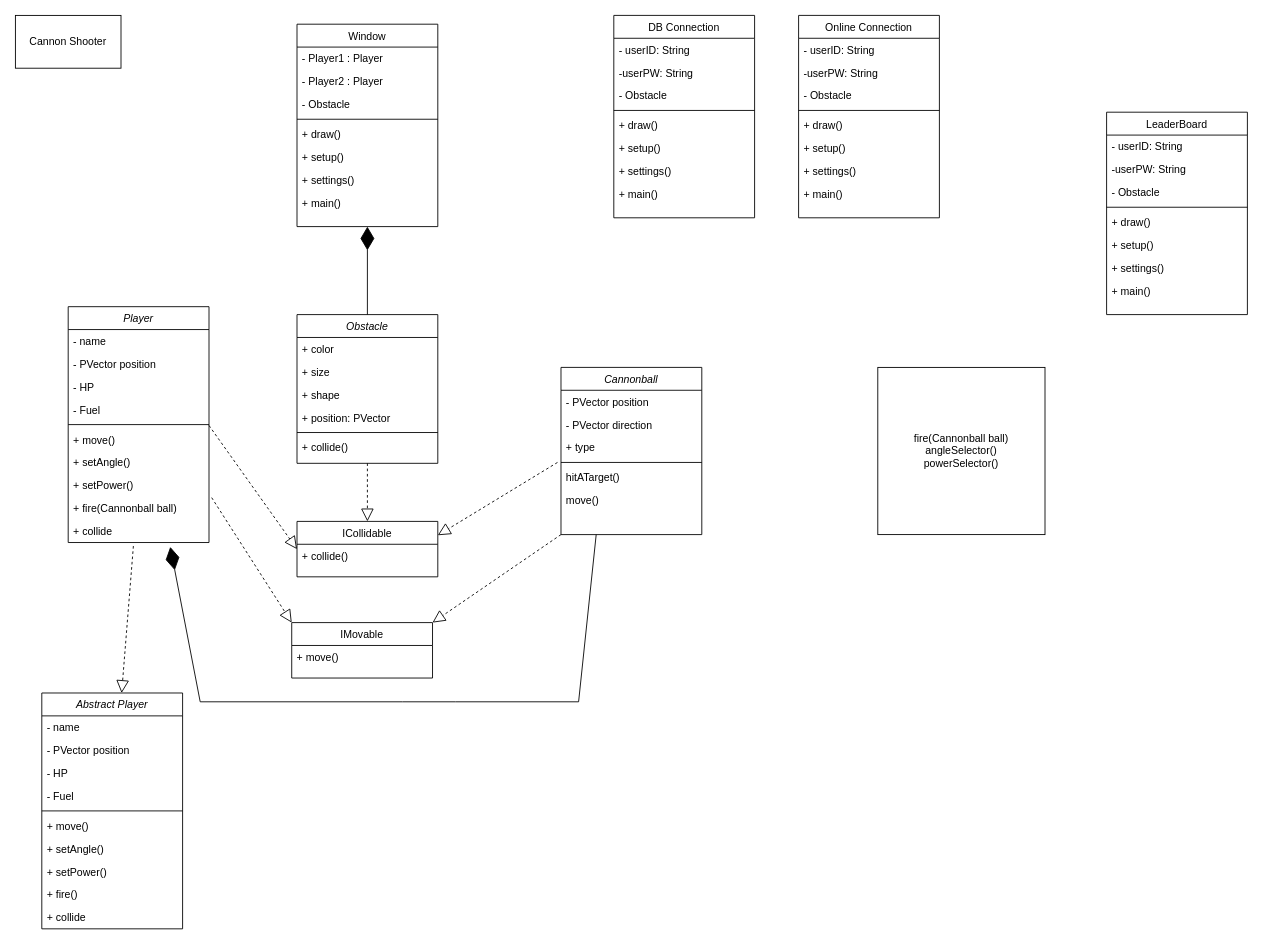
Above: Concept/UML.drawio in TaylorJi/tay_nash_gunbound2 (draw.io), before the change. Source tidied: cells renumbered, new cells numbered last; positions are measured from the earlier drawing's top-left corner, leaving out a move shared by most shapes. Both pictures are drawn from the tidied source at 88%, with x=0, y=0 at pixel (15, 15).
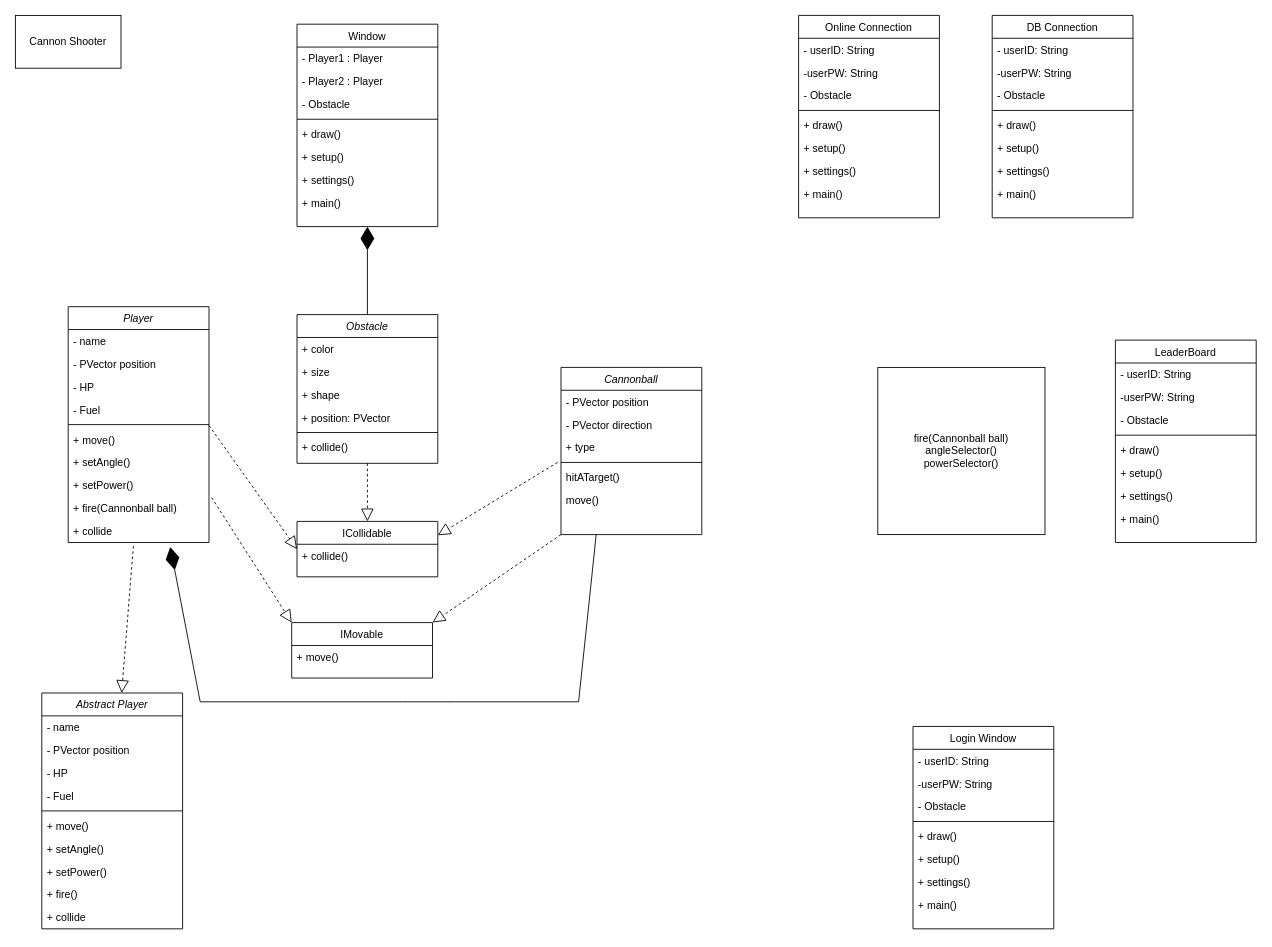
The same page after the edit.

What changed in the source:
```diff
@@
     <mxCell id="59" value="DB Connection" style="swimlane;fontStyle=0;align=center;verticalAlign=top;horizontal=1;startSize=26;rounded=0;shadow=0;strokeWidth=1;" parent="1" vertex="1">
-      <mxGeometry x="680" width="160" height="230" as="geometry" />
+      <mxGeometry x="1110" width="160" height="230" as="geometry" />
     </mxCell>
@@
     <mxCell id="79" value="LeaderBoard" style="swimlane;fontStyle=0;align=center;verticalAlign=top;horizontal=1;startSize=26;rounded=0;shadow=0;strokeWidth=1;" parent="1" vertex="1">
-      <mxGeometry x="1240" y="110" width="160" height="230" as="geometry" />
+      <mxGeometry x="1250" y="369" width="160" height="230" as="geometry" />
     </mxCell>
@@
+    <mxCell id="88" value="Login Window" style="swimlane;fontStyle=0;align=center;verticalAlign=top;horizontal=1;startSize=26;rounded=0;shadow=0;strokeWidth=1;" parent="1" vertex="1">
+      <mxGeometry x="1020" y="808" width="160" height="230" as="geometry" />
+    </mxCell>
+    <mxCell id="89" value="- userID: String" style="text;align=left;verticalAlign=top;spacingLeft=4;spacingRight=4;overflow=hidden;" parent="88" vertex="1">
+      <mxGeometry y="26" width="160" height="26" as="geometry" />
+    </mxCell>
+    <mxCell id="90" value="-userPW: String " style="text;align=left;verticalAlign=top;spacingLeft=4;spacingRight=4;overflow=hidden;rounded=0;shadow=0;html=0;" parent="88" vertex="1">
+      <mxGeometry y="52" width="160" height="26" as="geometry" />
+    </mxCell>
+    <mxCell id="91" value="- Obstacle" style="text;align=left;verticalAlign=top;spacingLeft=4;spacingRight=4;overflow=hidden;rounded=0;shadow=0;html=0;" parent="88" vertex="1">
+      <mxGeometry y="78" width="160" height="26" as="geometry" />
+    </mxCell>
+    <mxCell id="92" style="line;html=1;strokeWidth=1;align=left;verticalAlign=middle;spacingTop=-1;spacingLeft=3;spacingRight=3;labelPosition=right;" parent="88" vertex="1">
+      <mxGeometry y="104" width="160" height="8" as="geometry" />
+    </mxCell>
+    <mxCell id="93" value="+ draw()" style="text;align=left;verticalAlign=top;spacingLeft=4;spacingRight=4;overflow=hidden;" parent="88" vertex="1">
+      <mxGeometry y="112" width="160" height="26" as="geometry" />
+    </mxCell>
+    <mxCell id="94" value="+ setup()" style="text;align=left;verticalAlign=top;spacingLeft=4;spacingRight=4;overflow=hidden;" parent="88" vertex="1">
+      <mxGeometry y="138" width="160" height="26" as="geometry" />
+    </mxCell>
+    <mxCell id="95" value="+ settings()" style="text;align=left;verticalAlign=top;spacingLeft=4;spacingRight=4;overflow=hidden;" parent="88" vertex="1">
+      <mxGeometry y="164" width="160" height="26" as="geometry" />
+    </mxCell>
+    <mxCell id="96" value="+ main()" style="text;align=left;verticalAlign=top;spacingLeft=4;spacingRight=4;overflow=hidden;" parent="88" vertex="1">
+      <mxGeometry y="190" width="160" height="26" as="geometry" />
+    </mxCell>
```
